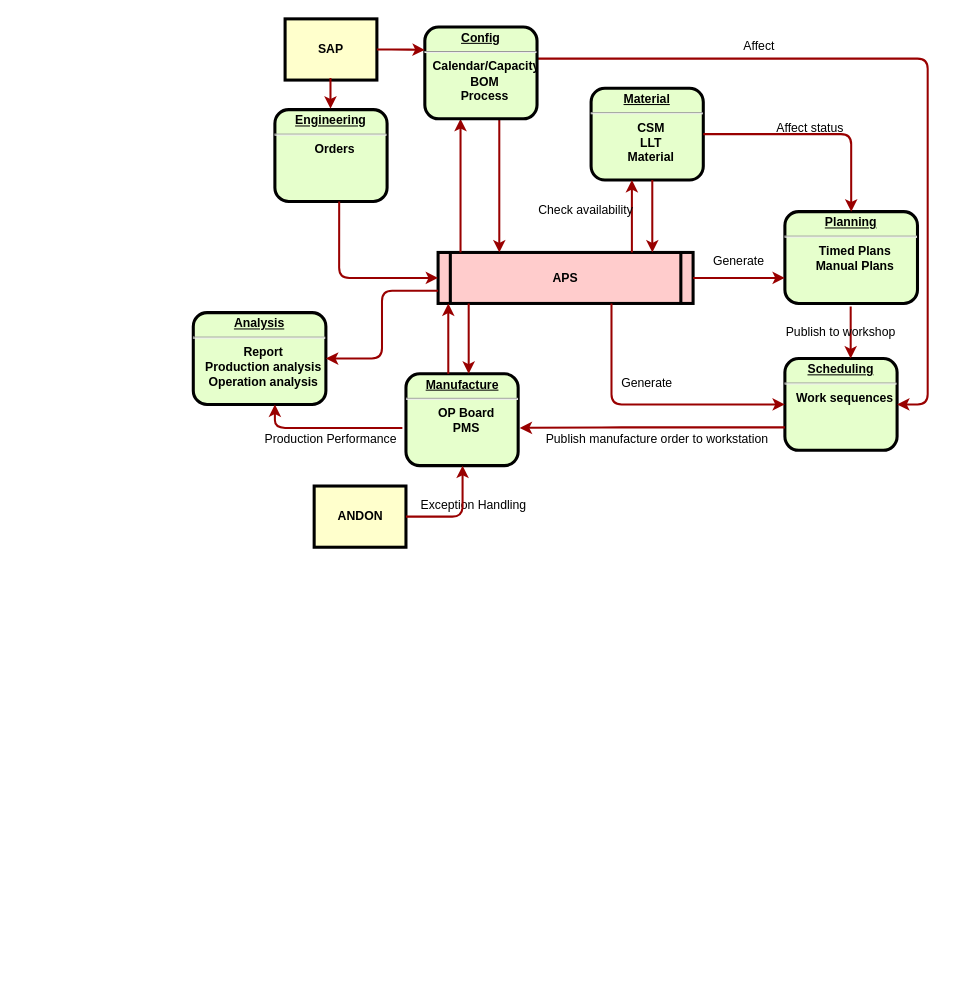
Earlier version of the draw.io diagram Untitled Diagram.drawio (chinaxiaonan/ant-design). Source tidied: cells renumbered, new cells numbered last; positions are measured from the earlier drawing's top-left corner, leaving out a move shared by most shapes. Both pictures are drawn from the tidied source at 102%, with x=0, y=0 at pixel (193, 18). Pictures stored in the file or linked from it are replaced by grey dashed boxes.
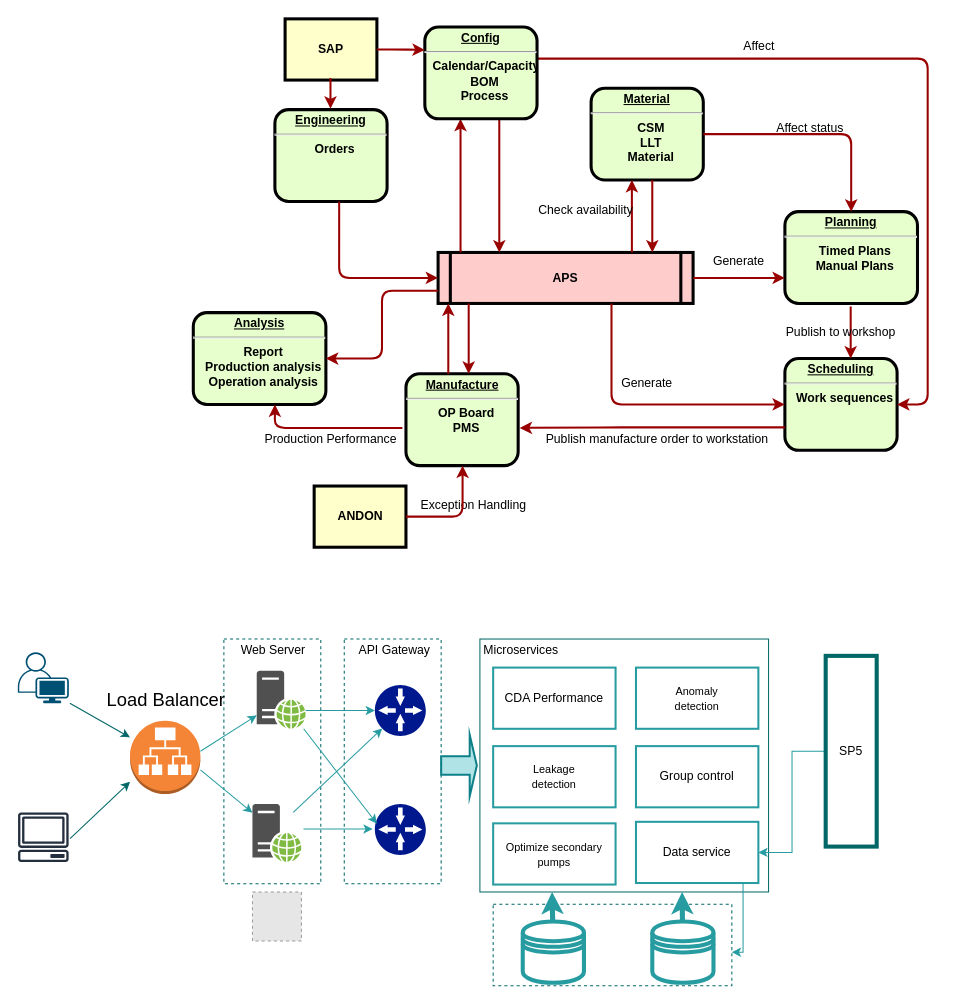
After the change.

Change to the diagram source:
```diff
@@
+    <mxCell id="39" style="rounded=0;whiteSpace=wrap;html=1;strokeWidth=1;strokeColor=#006666;dashed=1;" parent="1" vertex="1">
+      <mxGeometry x="294" y="868" width="234" height="80" as="geometry" />
+    </mxCell>
+    <mxCell id="40" style="rounded=0;whiteSpace=wrap;html=1;strokeWidth=1;strokeColor=#006666;dashed=1;" parent="1" vertex="1">
+      <mxGeometry x="30" y="608" width="95" height="240" as="geometry" />
+    </mxCell>
+    <mxCell id="41" style="rounded=0;whiteSpace=wrap;html=1;strokeWidth=1;strokeColor=#006666;dashed=1;" parent="1" vertex="1">
+      <mxGeometry x="148" y="608" width="95" height="240" as="geometry" />
+    </mxCell>
+    <mxCell id="42" style="rounded=0;whiteSpace=wrap;html=1;strokeWidth=1;strokeColor=#006666;" parent="1" vertex="1">
+      <mxGeometry x="281" y="608" width="283" height="248" as="geometry" />
+    </mxCell>
+    <mxCell id="43" style="outlineConnect=0;fontColor=#232F3E;gradientColor=none;fillColor=#232F3E;strokeColor=none;dashed=0;verticalLabelPosition=bottom;verticalAlign=top;align=center;html=1;fontSize=12;fontStyle=0;shape=mxgraph.aws4.client;" parent="1" vertex="1">
+      <mxGeometry x="-172" y="778" width="50" height="48.7" as="geometry" />
+    </mxCell>
+    <mxCell id="44" style="points=[[0.35,0,0],[0.98,0.51,0],[1,0.71,0],[0.67,1,0],[0,0.795,0],[0,0.65,0]];verticalLabelPosition=bottom;html=1;verticalAlign=top;align=center;shape=mxgraph.cisco19.user;fillColor=#005073;strokeColor=none;" parent="1" vertex="1">
+      <mxGeometry x="-172" y="621" width="50" height="50" as="geometry" />
+    </mxCell>
+    <mxCell id="45" style="fillColor=#E6E6E6;strokeColor=#999999;dashed=1;html=1;verticalAlign=top;verticalLabelPosition=bottom;labelBackgroundColor=#ffffff;" parent="1" vertex="1">
+      <mxGeometry x="58" y="856" width="48" height="48" as="geometry" />
+    </mxCell>
+    <mxCell id="46" style="shadow=0;dashed=0;html=1;strokeColor=none;labelPosition=center;verticalLabelPosition=bottom;verticalAlign=top;align=center;fillColor=#00188D;shape=mxgraph.mscae.enterprise.gateway;" parent="1" vertex="1">
+      <mxGeometry x="178" y="653" width="50" height="50" as="geometry" />
+    </mxCell>
+    <mxCell id="47" style="outlineConnect=0;dashed=0;verticalLabelPosition=bottom;verticalAlign=top;align=center;html=1;shape=mxgraph.aws3.application_load_balancer;fillColor=#F58536;gradientColor=none;" parent="1" vertex="1">
+      <mxGeometry x="-62" y="688" width="69" height="72" as="geometry" />
+    </mxCell>
+    <mxCell id="48" style="shadow=0;dashed=0;html=1;strokeColor=none;fillColor=#505050;labelPosition=center;verticalLabelPosition=bottom;verticalAlign=top;outlineConnect=0;align=center;shape=mxgraph.office.servers.web_server_green;" parent="1" vertex="1">
+      <mxGeometry x="62.2" y="639" width="48" height="57" as="geometry" />
+    </mxCell>
+    <mxCell id="49" style="shadow=0;dashed=0;html=1;strokeColor=none;fillColor=#505050;labelPosition=center;verticalLabelPosition=bottom;verticalAlign=top;outlineConnect=0;align=center;shape=mxgraph.office.servers.web_server_green;" parent="1" vertex="1">
+      <mxGeometry x="58" y="769.7" width="48" height="57" as="geometry" />
+    </mxCell>
+    <mxCell id="50" style="endArrow=classic;html=1;exitX=1.02;exitY=1;exitDx=0;exitDy=0;exitPerimeter=0;strokeColor=#006666;" parent="1" edge="1" source="44" target="47">
+      <mxGeometry relative="1" as="geometry" />
+    </mxCell>
+    <mxCell id="51" style="endArrow=classic;html=1;exitX=1.028;exitY=0.526;exitDx=0;exitDy=0;exitPerimeter=0;strokeColor=#006666;" parent="1" edge="1" source="43">
+      <mxGeometry relative="1" as="geometry">
+        <mxPoint x="-62" y="748" as="targetPoint" />
+      </mxGeometry>
+    </mxCell>
+    <mxCell id="52" value="&lt;font style=&quot;font-size: 18px&quot;&gt;Load Balancer&lt;/font&gt;" style="text;html=1;align=center;verticalAlign=middle;fillColor=none;strokeColor=none;rounded=0;strokeWidth=4;" parent="1" vertex="1">
+      <mxGeometry x="-92.5" y="658" width="130" height="20" as="geometry" />
+    </mxCell>
+    <mxCell id="53" style="endArrow=classic;html=1;exitX=1.02;exitY=1;exitDx=0;exitDy=0;exitPerimeter=0;strokeColor=#269CA1;" parent="1" edge="1" target="48">
+      <mxGeometry relative="1" as="geometry">
+        <mxPoint x="7" y="718" as="sourcePoint" />
+      </mxGeometry>
+    </mxCell>
+    <mxCell id="54" style="endArrow=classic;html=1;exitX=1.02;exitY=1;exitDx=0;exitDy=0;exitPerimeter=0;strokeColor=#269CA1;" parent="1" edge="1" target="49">
+      <mxGeometry relative="1" as="geometry">
+        <mxPoint x="7" y="736.3" as="sourcePoint" />
+      </mxGeometry>
+    </mxCell>
+    <mxCell id="55" value="Web Server" style="text;html=1;align=center;verticalAlign=middle;fillColor=none;strokeColor=none;rounded=0;strokeWidth=4;" parent="1" vertex="1">
+      <mxGeometry x="38" y="609" width="80" height="20" as="geometry" />
+    </mxCell>
+    <mxCell id="56" style="shadow=0;dashed=0;html=1;strokeColor=none;labelPosition=center;verticalLabelPosition=bottom;verticalAlign=top;align=center;fillColor=#00188D;shape=mxgraph.mscae.enterprise.gateway;" parent="1" vertex="1">
+      <mxGeometry x="178" y="769.7" width="50" height="50" as="geometry" />
+    </mxCell>
+    <mxCell id="57" style="endArrow=classic;html=1;exitX=1.02;exitY=1;exitDx=0;exitDy=0;exitPerimeter=0;entryX=0;entryY=0.5;entryDx=0;entryDy=0;entryPerimeter=0;strokeColor=#269CA1;" parent="1" edge="1" target="46">
+      <mxGeometry relative="1" as="geometry">
+        <mxPoint x="110.2" y="678" as="sourcePoint" />
+      </mxGeometry>
+    </mxCell>
+    <mxCell id="58" style="endArrow=classic;html=1;entryX=0.04;entryY=0.386;entryDx=0;entryDy=0;entryPerimeter=0;strokeColor=#269CA1;" parent="1" edge="1" source="48" target="56">
+      <mxGeometry relative="1" as="geometry" />
+    </mxCell>
+    <mxCell id="59" style="endArrow=classic;html=1;entryX=0.145;entryY=0.855;entryDx=0;entryDy=0;entryPerimeter=0;strokeColor=#269CA1;" parent="1" edge="1" target="46">
+      <mxGeometry relative="1" as="geometry">
+        <mxPoint x="98" y="778" as="sourcePoint" />
+      </mxGeometry>
+    </mxCell>
+    <mxCell id="60" style="endArrow=classic;html=1;exitX=1.02;exitY=1;exitDx=0;exitDy=0;exitPerimeter=0;entryX=0;entryY=0.5;entryDx=0;entryDy=0;entryPerimeter=0;strokeColor=#269CA1;" parent="1" edge="1">
+      <mxGeometry relative="1" as="geometry">
+        <mxPoint x="108" y="794.2" as="sourcePoint" />
+        <mxPoint x="175.8" y="794.2" as="targetPoint" />
+      </mxGeometry>
+    </mxCell>
+    <mxCell id="61" value="API Gateway" style="text;html=1;align=center;verticalAlign=middle;fillColor=none;strokeColor=none;rounded=0;strokeWidth=4;" parent="1" vertex="1">
+      <mxGeometry x="156.5" y="609" width="80" height="20" as="geometry" />
+    </mxCell>
+    <mxCell id="62" value="CDA Performance" style="rounded=0;whiteSpace=wrap;html=1;strokeWidth=2;strokeColor=#269CA1;" parent="1" vertex="1">
+      <mxGeometry x="294" y="636" width="120" height="60" as="geometry" />
+    </mxCell>
+    <mxCell id="63" value="&lt;font face=&quot;Helvetica&quot;&gt;&lt;span style=&quot;font-size: 8pt ; color: black&quot;&gt;Leakage&lt;br&gt;detection&lt;/span&gt;&lt;/font&gt;" style="rounded=0;whiteSpace=wrap;html=1;strokeWidth=2;strokeColor=#269CA1;" parent="1" vertex="1">
+      <mxGeometry x="294" y="713" width="120" height="60" as="geometry" />
+    </mxCell>
+    <mxCell id="64" value="&lt;span style=&quot;font-size: 8pt ; font-family: &amp;#34;arial&amp;#34;&quot;&gt;Optimize&lt;/span&gt;&lt;span style=&quot;font-size: 8pt ; font-family: &amp;#34;arial&amp;#34;&quot;&gt; secondary pumps&lt;/span&gt;" style="rounded=0;whiteSpace=wrap;html=1;strokeWidth=2;strokeColor=#269CA1;" parent="1" vertex="1">
+      <mxGeometry x="294" y="788.7" width="120" height="60" as="geometry" />
+    </mxCell>
+    <mxCell id="65" value="Group control" style="rounded=0;whiteSpace=wrap;html=1;strokeWidth=2;strokeColor=#269CA1;" parent="1" vertex="1">
+      <mxGeometry x="434" y="713" width="120" height="60" as="geometry" />
+    </mxCell>
+    <mxCell id="66" value="&lt;font face=&quot;Helvetica&quot;&gt;&lt;span style=&quot;font-size: 8pt ; color: black&quot;&gt;Anomaly&lt;br&gt;detection&lt;/span&gt;&lt;/font&gt;" style="rounded=0;whiteSpace=wrap;html=1;strokeWidth=2;strokeColor=#269CA1;" parent="1" vertex="1">
+      <mxGeometry x="434" y="636" width="120" height="60" as="geometry" />
+    </mxCell>
+    <mxCell id="67" style="shape=datastore;whiteSpace=wrap;html=1;strokeWidth=4;strokeColor=#269CA1;" parent="1" vertex="1">
+      <mxGeometry x="450" y="885" width="60" height="60" as="geometry" />
+    </mxCell>
+    <mxCell id="68" style="shape=datastore;whiteSpace=wrap;html=1;strokeWidth=4;strokeColor=#269CA1;" parent="1" vertex="1">
+      <mxGeometry x="323" y="885" width="60" height="60" as="geometry" />
+    </mxCell>
+    <mxCell id="69" value="Data service" style="rounded=0;whiteSpace=wrap;html=1;strokeWidth=2;strokeColor=#269CA1;" parent="1" vertex="1">
+      <mxGeometry x="434" y="787.2" width="120" height="60" as="geometry" />
+    </mxCell>
+    <mxCell id="70" style="edgeStyle=orthogonalEdgeStyle;rounded=0;jettySize=auto;html=1;exitX=0;exitY=0.5;exitDx=0;exitDy=0;strokeWidth=1;strokeColor=#269CA1;" parent="1" edge="1" source="71" target="69">
+      <mxGeometry relative="1" as="geometry" />
+    </mxCell>
+    <mxCell id="71" value="SP5" style="rounded=0;whiteSpace=wrap;html=1;strokeWidth=4;strokeColor=#006666;" parent="1" vertex="1">
+      <mxGeometry x="620" y="624.5" width="50" height="187" as="geometry" />
+    </mxCell>
+    <mxCell id="72" style="endArrow=classic;html=1;entryX=0.25;entryY=1;entryDx=0;entryDy=0;strokeColor=#269CA1;strokeWidth=5;" parent="1" edge="1" source="68" target="42">
+      <mxGeometry relative="1" as="geometry" />
+    </mxCell>
+    <mxCell id="73" style="endArrow=classic;html=1;entryX=0.75;entryY=1;entryDx=0;entryDy=0;strokeColor=#269CA1;strokeWidth=5;" parent="1" edge="1" source="67">
+      <mxGeometry relative="1" as="geometry">
+        <mxPoint x="479.2" y="856" as="targetPoint" />
+      </mxGeometry>
+    </mxCell>
+    <mxCell id="74" style="edgeStyle=orthogonalEdgeStyle;rounded=0;orthogonalLoop=1;jettySize=auto;html=1;strokeWidth=1;strokeColor=#269CA1;" parent="1" edge="1">
+      <mxGeometry relative="1" as="geometry">
+        <mxPoint x="539" y="848" as="sourcePoint" />
+        <mxPoint x="528" y="915" as="targetPoint" />
+        <Array as="points">
+          <mxPoint x="539" y="915" />
+        </Array>
+      </mxGeometry>
+    </mxCell>
+    <mxCell id="75" value="Microservices" style="text;html=1;align=center;verticalAlign=middle;fillColor=none;strokeColor=none;rounded=0;strokeWidth=4;" parent="1" vertex="1">
+      <mxGeometry x="276" y="609" width="90" height="20" as="geometry" />
+    </mxCell>
+    <mxCell id="76" style="shape=singleArrow;whiteSpace=wrap;html=1;strokeWidth=2;strokeColor=#0e8088;fillColor=#b0e3e6;" parent="1" vertex="1">
+      <mxGeometry x="243" y="702" width="35" height="60" as="geometry" />
+    </mxCell>
```
